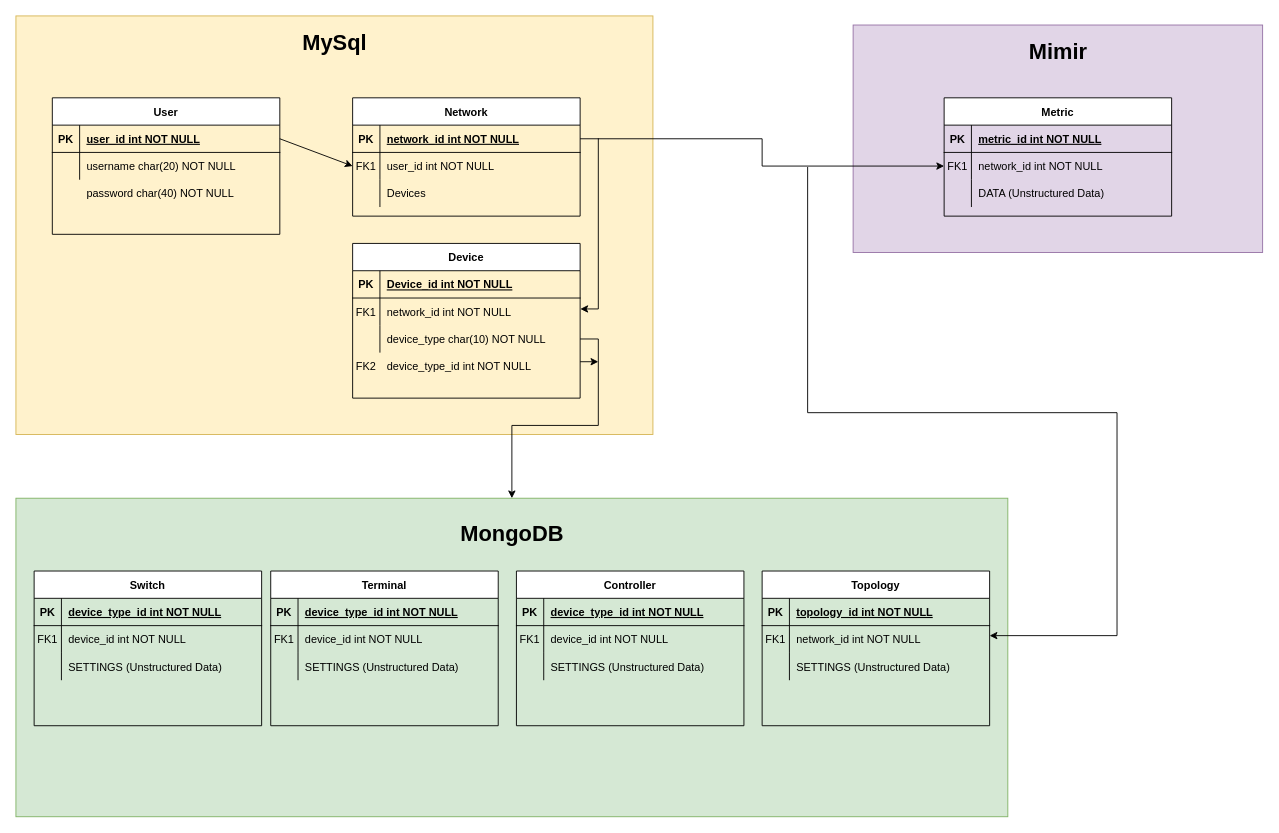
Above: documentation/diagrams/entity.drawio in detiuaveiro/PECI-05-2022-23 (draw.io), before the change. Source tidied: cells renumbered, new cells numbered last; positions are measured from the earlier drawing's top-left corner, leaving out a move shared by most shapes. Both pictures are drawn from the tidied source at 91%, with x=0, y=0 at pixel (15, 15).
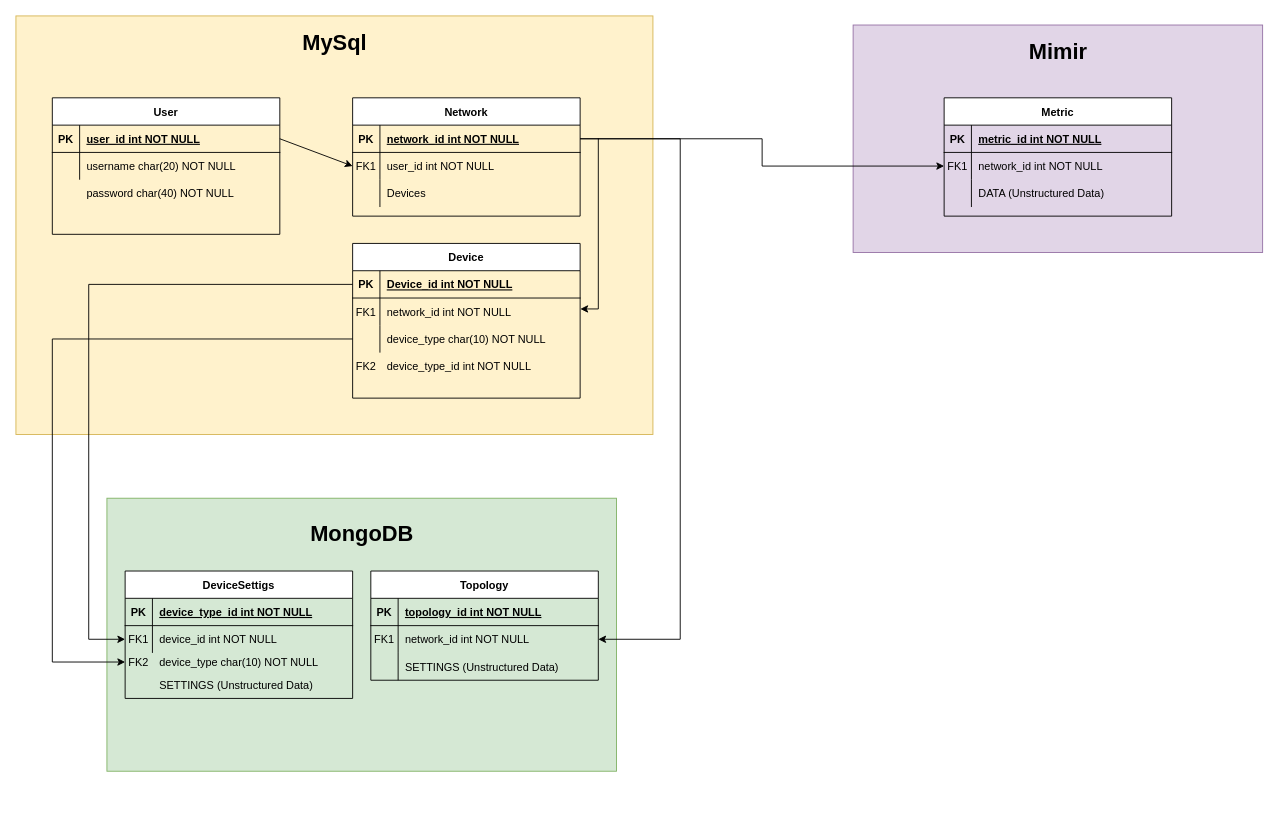
The same page after the edit.

The change refers to these unchanged cells:
```xml
<mxCell id="5" style="shape=partialRectangle;fillColor=none;points=[[0,0.5],[1,0.5]];portConstraint=eastwest;top=0;left=0;right=0;bottom=1;" parent="4" vertex="1">
  <mxGeometry y="30" width="250" height="30" as="geometry" />
</mxCell>
<mxCell id="15" style="shape=partialRectangle;fillColor=none;points=[[0,0.5],[1,0.5]];portConstraint=eastwest;top=0;left=0;right=0;bottom=1;" parent="14" vertex="1">
  <mxGeometry y="30" width="250" height="30" as="geometry" />
</mxCell>
<mxCell id="21" style="shape=partialRectangle;fillColor=none;points=[[0,0.5],[1,0.5]];portConstraint=eastwest;top=0;left=0;right=0;bottom=0;" parent="14" vertex="1">
  <mxGeometry y="90" width="250" height="30" as="geometry" />
</mxCell>
<mxCell id="40" style="shape=partialRectangle;fillColor=none;points=[[0,0.5],[1,0.5]];portConstraint=eastwest;top=0;left=0;right=0;bottom=0;" parent="36" vertex="1">
  <mxGeometry y="60" width="250" height="30" as="geometry" />
</mxCell>
<mxCell id="87" style="shape=partialRectangle;fillColor=none;points=[[0,0.5],[1,0.5]];portConstraint=eastwest;top=0;left=0;right=0;bottom=0;" parent="83" vertex="1">
  <mxGeometry y="60" width="250" height="30" as="geometry" />
</mxCell>
```

Change to the diagram source:
```diff
@@
     <mxCell id="2" style="rounded=0;whiteSpace=wrap;html=1;fillColor=#d5e8d4;strokeColor=#82b366;" parent="1" vertex="1">
-      <mxGeometry y="530" width="1090" height="350" as="geometry" />
+      <mxGeometry x="100" y="530" width="560" height="300" as="geometry" />
     </mxCell>
@@
     <mxCell id="34" value="MongoDB" style="text;strokeColor=none;fillColor=none;html=1;fontSize=24;fontStyle=1;verticalAlign=middle;align=center;" parent="1" vertex="1">
-      <mxGeometry x="495" y="550" width="100" height="40" as="geometry" />
+      <mxGeometry x="330" y="550" width="100" height="40" as="geometry" />
     </mxCell>
@@
-    <mxCell id="36" value="Switch" style="shape=table;startSize=30;childLayout=tableLayout;rowLines=0;fontStyle=1;align=center;" parent="1" vertex="1">
-      <mxGeometry x="20" y="610" width="250" height="170" as="geometry" />
+    <mxCell id="36" value="DeviceSettigs" style="shape=table;startSize=30;childLayout=tableLayout;rowLines=0;fontStyle=1;align=center;" parent="1" vertex="1">
+      <mxGeometry x="120" y="610" width="250" height="140" as="geometry" />
     </mxCell>
@@
-    <mxCell id="43" style="shape=partialRectangle;fillColor=none;top=0;left=0;right=0;bottom=0;" parent="36" vertex="1">
-      <mxGeometry y="90" width="250" height="30" as="geometry" />
-    </mxCell>
-    <mxCell id="44" style="shape=partialRectangle;overflow=hidden;fillColor=none;top=0;left=0;bottom=0;right=0;" parent="43" vertex="1">
-      <mxGeometry width="30" height="30" as="geometry" />
-    </mxCell>
-    <mxCell id="45" value="SETTINGS (Unstructured Data)" style="shape=partialRectangle;overflow=hidden;fillColor=none;top=0;left=0;bottom=0;right=0;align=left;spacingLeft=6;" parent="43" vertex="1">
-      <mxGeometry x="30" width="220" height="30" as="geometry" />
-    </mxCell>
-    <mxCell id="46" value="Terminal" style="shape=table;startSize=30;childLayout=tableLayout;rowLines=0;fontStyle=1;align=center;" parent="1" vertex="1">
-      <mxGeometry x="280" y="610" width="250" height="170" as="geometry" />
-    </mxCell>
-    <mxCell id="47" style="shape=partialRectangle;fillColor=none;top=0;left=0;right=0;bottom=1;" parent="46" vertex="1">
-      <mxGeometry y="30" width="250" height="30" as="geometry" />
-    </mxCell>
-    <mxCell id="48" value="PK" style="shape=partialRectangle;overflow=hidden;fillColor=none;top=0;left=0;bottom=0;right=0;fontStyle=1;" parent="47" vertex="1">
-      <mxGeometry width="30" height="30" as="geometry" />
-    </mxCell>
-    <mxCell id="49" value="device_type_id int NOT NULL " style="shape=partialRectangle;overflow=hidden;fillColor=none;top=0;left=0;bottom=0;right=0;align=left;spacingLeft=6;fontStyle=5;" parent="47" vertex="1">
-      <mxGeometry x="30" width="220" height="30" as="geometry" />
-    </mxCell>
-    <mxCell id="50" style="shape=partialRectangle;fillColor=none;top=0;left=0;right=0;bottom=0;" parent="46" vertex="1">
-      <mxGeometry y="60" width="250" height="30" as="geometry" />
-    </mxCell>
-    <mxCell id="51" value="FK1" style="shape=partialRectangle;overflow=hidden;fillColor=none;top=0;left=0;bottom=0;right=0;" parent="50" vertex="1">
-      <mxGeometry width="30" height="30" as="geometry" />
-    </mxCell>
-    <mxCell id="52" value="device_id int NOT NULL" style="shape=partialRectangle;overflow=hidden;fillColor=none;top=0;left=0;bottom=0;right=0;align=left;spacingLeft=6;" parent="50" vertex="1">
-      <mxGeometry x="30" width="220" height="30" as="geometry" />
-    </mxCell>
-    <mxCell id="53" style="shape=partialRectangle;fillColor=none;top=0;left=0;right=0;bottom=0;" parent="46" vertex="1">
-      <mxGeometry y="90" width="250" height="30" as="geometry" />
-    </mxCell>
-    <mxCell id="54" style="shape=partialRectangle;overflow=hidden;fillColor=none;top=0;left=0;bottom=0;right=0;" parent="53" vertex="1">
-      <mxGeometry width="30" height="30" as="geometry" />
-    </mxCell>
-    <mxCell id="55" value="SETTINGS (Unstructured Data)" style="shape=partialRectangle;overflow=hidden;fillColor=none;top=0;left=0;bottom=0;right=0;align=left;spacingLeft=6;" parent="53" vertex="1">
-      <mxGeometry x="30" width="220" height="30" as="geometry" />
-    </mxCell>
-    <mxCell id="56" value="Controller" style="shape=table;startSize=30;childLayout=tableLayout;rowLines=0;fontStyle=1;align=center;" parent="1" vertex="1">
-      <mxGeometry x="550" y="610" width="250" height="170" as="geometry" />
-    </mxCell>
-    <mxCell id="57" style="shape=partialRectangle;fillColor=none;top=0;left=0;right=0;bottom=1;" parent="56" vertex="1">
-      <mxGeometry y="30" width="250" height="30" as="geometry" />
-    </mxCell>
-    <mxCell id="58" value="PK" style="shape=partialRectangle;overflow=hidden;fillColor=none;top=0;left=0;bottom=0;right=0;fontStyle=1;" parent="57" vertex="1">
-      <mxGeometry width="30" height="30" as="geometry" />
-    </mxCell>
-    <mxCell id="59" value="device_type_id int NOT NULL " style="shape=partialRectangle;overflow=hidden;fillColor=none;top=0;left=0;bottom=0;right=0;align=left;spacingLeft=6;fontStyle=5;" parent="57" vertex="1">
-      <mxGeometry x="30" width="220" height="30" as="geometry" />
-    </mxCell>
-    <mxCell id="60" style="shape=partialRectangle;fillColor=none;top=0;left=0;right=0;bottom=0;" parent="56" vertex="1">
-      <mxGeometry y="60" width="250" height="30" as="geometry" />
-    </mxCell>
-    <mxCell id="61" value="FK1" style="shape=partialRectangle;overflow=hidden;fillColor=none;top=0;left=0;bottom=0;right=0;" parent="60" vertex="1">
-      <mxGeometry width="30" height="30" as="geometry" />
-    </mxCell>
-    <mxCell id="62" value="device_id int NOT NULL" style="shape=partialRectangle;overflow=hidden;fillColor=none;top=0;left=0;bottom=0;right=0;align=left;spacingLeft=6;" parent="60" vertex="1">
-      <mxGeometry x="30" width="220" height="30" as="geometry" />
-    </mxCell>
-    <mxCell id="63" style="shape=partialRectangle;fillColor=none;top=0;left=0;right=0;bottom=0;" parent="56" vertex="1">
-      <mxGeometry y="90" width="250" height="30" as="geometry" />
-    </mxCell>
-    <mxCell id="64" style="shape=partialRectangle;overflow=hidden;fillColor=none;top=0;left=0;bottom=0;right=0;" parent="63" vertex="1">
-      <mxGeometry width="30" height="30" as="geometry" />
-    </mxCell>
-    <mxCell id="65" value="SETTINGS (Unstructured Data)" style="shape=partialRectangle;overflow=hidden;fillColor=none;top=0;left=0;bottom=0;right=0;align=left;spacingLeft=6;" parent="63" vertex="1">
-      <mxGeometry x="30" width="220" height="30" as="geometry" />
-    </mxCell>
-    <mxCell id="66" style="edgeStyle=orthogonalEdgeStyle;rounded=0;jettySize=auto;html=1;exitX=1;exitY=0.5;exitDx=0;exitDy=0;" parent="1" edge="1" source="21" target="2">
-      <mxGeometry relative="1" as="geometry" />
-    </mxCell>
@@
-    <mxCell id="80" style="endArrow=classic;html=1;rounded=0;" parent="1" edge="1">
-      <mxGeometry relative="1" as="geometry">
-        <mxPoint x="620" y="380" as="sourcePoint" />
-        <mxPoint x="640" y="380" as="targetPoint" />
-      </mxGeometry>
-    </mxCell>
@@
     <mxCell id="83" value="Topology" style="shape=table;startSize=30;childLayout=tableLayout;rowLines=0;fontStyle=1;align=center;" parent="1" vertex="1">
-      <mxGeometry x="820" y="610" width="250" height="170" as="geometry" />
+      <mxGeometry x="390" y="610" width="250" height="120" as="geometry" />
     </mxCell>
@@
-    <mxCell id="90" style="shape=partialRectangle;fillColor=none;top=0;left=0;right=0;bottom=0;" parent="83" vertex="1">
-      <mxGeometry y="90" width="250" height="30" as="geometry" />
-    </mxCell>
-    <mxCell id="91" style="shape=partialRectangle;overflow=hidden;fillColor=none;top=0;left=0;bottom=0;right=0;" parent="90" vertex="1">
-      <mxGeometry width="30" height="30" as="geometry" />
-    </mxCell>
-    <mxCell id="92" value="SETTINGS (Unstructured Data)" style="shape=partialRectangle;overflow=hidden;fillColor=none;top=0;left=0;bottom=0;right=0;align=left;spacingLeft=6;" parent="90" vertex="1">
-      <mxGeometry x="30" width="220" height="30" as="geometry" />
-    </mxCell>
-    <mxCell id="93" style="endArrow=classic;html=1;rounded=0;entryX=1;entryY=0.5;entryDx=0;entryDy=0;" parent="1" edge="1">
-      <mxGeometry relative="1" as="geometry">
-        <mxPoint x="870" y="166" as="sourcePoint" />
-        <mxPoint x="1070" y="681" as="targetPoint" />
-        <Array as="points">
-          <mxPoint x="870" y="436" />
-          <mxPoint x="1210" y="436" />
-          <mxPoint x="1210" y="681" />
-        </Array>
-      </mxGeometry>
-    </mxCell>
+    <mxCell id="43" style="shape=partialRectangle;fillColor=none;top=0;left=0;right=0;bottom=0;" parent="83" vertex="1">
+      <mxGeometry y="90" width="250" height="30" as="geometry" />
+    </mxCell>
+    <mxCell id="44" style="shape=partialRectangle;overflow=hidden;fillColor=none;top=0;left=0;bottom=0;right=0;" parent="43" vertex="1">
+      <mxGeometry width="30" height="30" as="geometry" />
+    </mxCell>
+    <mxCell id="45" value="SETTINGS (Unstructured Data)" style="shape=partialRectangle;overflow=hidden;fillColor=none;top=0;left=0;bottom=0;right=0;align=left;spacingLeft=6;" parent="43" vertex="1">
+      <mxGeometry x="30" width="220" height="30" as="geometry" />
+    </mxCell>
+    <mxCell id="94" value="device_type char(10) NOT NULL" style="shape=partialRectangle;overflow=hidden;fillColor=none;top=0;left=0;bottom=0;right=0;align=left;spacingLeft=6;" parent="1" vertex="1">
+      <mxGeometry x="150" y="695" width="220" height="30" as="geometry" />
+    </mxCell>
+    <mxCell id="95" value="SETTINGS (Unstructured Data)" style="shape=partialRectangle;overflow=hidden;fillColor=none;top=0;left=0;bottom=0;right=0;align=left;spacingLeft=6;" parent="1" vertex="1">
+      <mxGeometry x="150" y="720" width="220" height="30" as="geometry" />
+    </mxCell>
+    <mxCell id="96" value="FK2" style="shape=partialRectangle;overflow=hidden;fillColor=none;top=0;left=0;bottom=0;right=0;" parent="1" vertex="1">
+      <mxGeometry x="120" y="695" width="30" height="30" as="geometry" />
+    </mxCell>
+    <mxCell id="97" style="edgeStyle=orthogonalEdgeStyle;rounded=0;jettySize=auto;html=1;exitX=0;exitY=0.5;exitDx=0;exitDy=0;" parent="1" edge="1" source="21">
+      <mxGeometry relative="1" as="geometry">
+        <mxPoint x="120" y="710" as="targetPoint" />
+        <Array as="points">
+          <mxPoint x="40" y="355" />
+          <mxPoint x="40" y="710" />
+        </Array>
+      </mxGeometry>
+    </mxCell>
+    <mxCell id="98" style="edgeStyle=orthogonalEdgeStyle;rounded=0;jettySize=auto;html=1;exitX=0;exitY=0.5;exitDx=0;exitDy=0;entryX=0;entryY=0.5;entryDx=0;entryDy=0;" parent="1" edge="1" source="15" target="40">
+      <mxGeometry relative="1" as="geometry">
+        <Array as="points">
+          <mxPoint x="80" y="295" />
+          <mxPoint x="80" y="685" />
+        </Array>
+      </mxGeometry>
+    </mxCell>
+    <mxCell id="99" style="edgeStyle=orthogonalEdgeStyle;rounded=0;jettySize=auto;html=1;exitX=1;exitY=0.5;exitDx=0;exitDy=0;entryX=1;entryY=0.5;entryDx=0;entryDy=0;" parent="1" edge="1" source="5" target="87">
+      <mxGeometry relative="1" as="geometry">
+        <Array as="points">
+          <mxPoint x="730" y="135" />
+          <mxPoint x="730" y="685" />
+        </Array>
+      </mxGeometry>
+    </mxCell>
```
